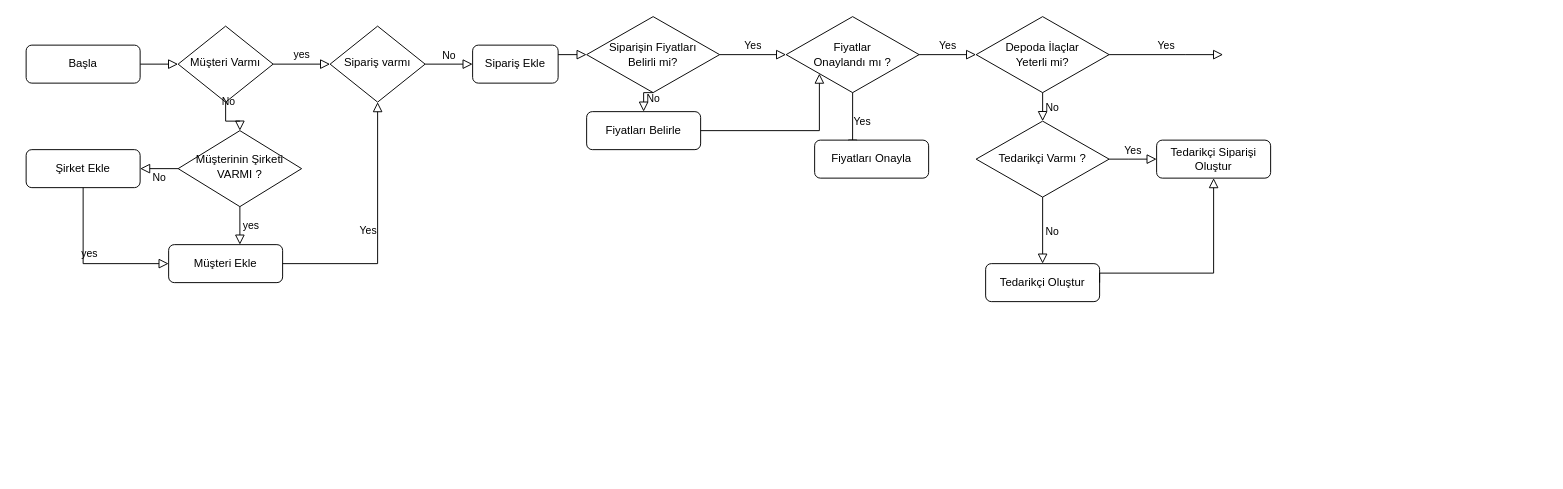
Before: akisdiyagrami.drawio in viacelal/akisdiagrami, a draw.io diagram. Source tidied: cells renumbered, new cells numbered last; positions are measured from the earlier drawing's top-left corner, leaving out a move shared by most shapes. Both pictures are drawn from the tidied source at 95%, with x=0, y=0 at pixel (26, 16).
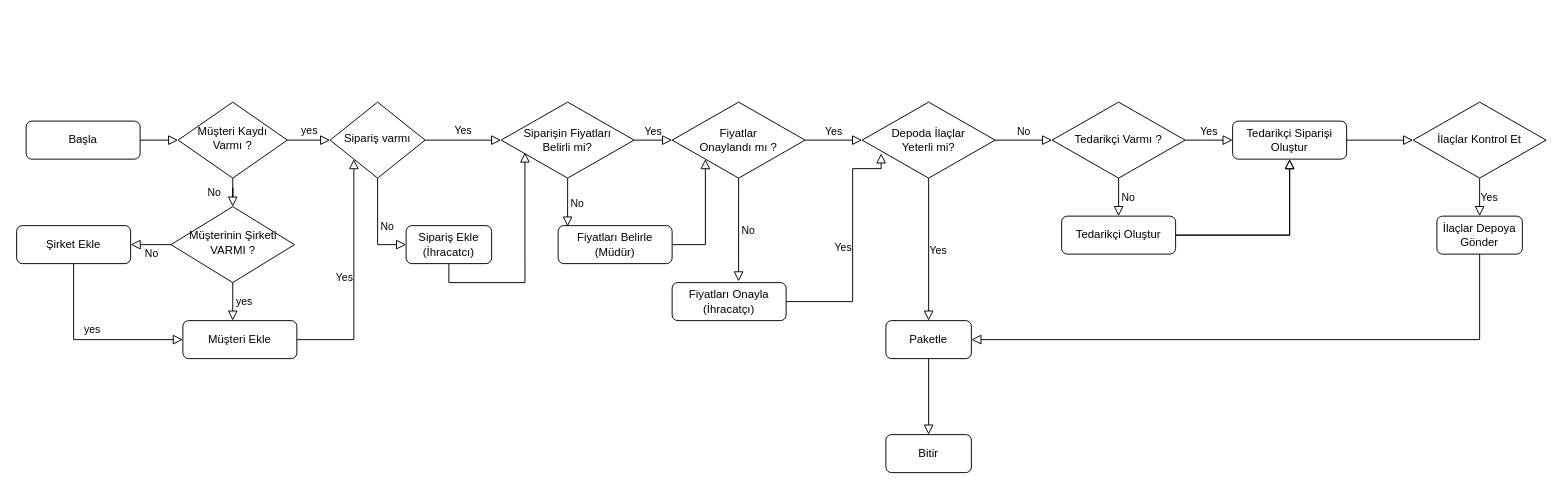
The same page after the edit.

What changed in the source:
```diff
@@
     <mxCell id="3" value="Başla" style="rounded=1;whiteSpace=wrap;html=1;fontSize=12;glass=0;strokeWidth=1;shadow=0;" parent="1" vertex="1">
-      <mxGeometry y="30" width="120" height="40" as="geometry" />
+      <mxGeometry y="110" width="120" height="40" as="geometry" />
     </mxCell>
@@
     <mxCell id="5" value="Müşterinin Şirketi VARMI ?" style="rhombus;whiteSpace=wrap;html=1;shadow=0;fontFamily=Helvetica;fontSize=12;align=center;strokeWidth=1;spacing=6;spacingTop=-4;" parent="1" vertex="1">
-      <mxGeometry x="160" y="120" width="130" height="80" as="geometry" />
+      <mxGeometry x="152.5" y="200" width="130" height="80" as="geometry" />
     </mxCell>
     <mxCell id="6" value="Müşteri Ekle" style="rounded=1;whiteSpace=wrap;html=1;fontSize=12;glass=0;strokeWidth=1;shadow=0;" parent="1" vertex="1">
-      <mxGeometry x="150" y="240" width="120" height="40" as="geometry" />
+      <mxGeometry x="165" y="320" width="120" height="40" as="geometry" />
     </mxCell>
     <mxCell id="7" value="Sipariş varmı" style="rhombus;whiteSpace=wrap;html=1;shadow=0;fontFamily=Helvetica;fontSize=12;align=center;strokeWidth=1;spacing=6;spacingTop=-4;" parent="1" vertex="1">
-      <mxGeometry x="320" y="10" width="100" height="80" as="geometry" />
+      <mxGeometry x="320" y="90" width="100" height="80" as="geometry" />
     </mxCell>
-    <mxCell id="8" value="Müşteri Varmı" style="rhombus;whiteSpace=wrap;html=1;shadow=0;fontFamily=Helvetica;fontSize=12;align=center;strokeWidth=1;spacing=6;spacingTop=-4;" parent="1" vertex="1">
-      <mxGeometry x="160" y="10" width="100" height="80" as="geometry" />
+    <mxCell id="8" value="Müşteri Kaydı&lt;br&gt; Varmı ?" style="rhombus;whiteSpace=wrap;html=1;shadow=0;fontFamily=Helvetica;fontSize=12;align=center;strokeWidth=1;spacing=6;spacingTop=-4;" parent="1" vertex="1">
+      <mxGeometry x="160" y="90" width="115" height="80" as="geometry" />
     </mxCell>
-    <mxCell id="9" value="No" style="edgeStyle=orthogonalEdgeStyle;rounded=0;html=1;jettySize=auto;fontSize=11;endArrow=block;endFill=0;endSize=8;strokeWidth=1;shadow=0;labelBackgroundColor=none;entryX=0;entryY=0.5;entryDx=0;entryDy=0;exitX=1;exitY=0.5;exitDx=0;exitDy=0;" parent="1" edge="1" source="7" target="10">
+    <mxCell id="9" value="No" style="edgeStyle=orthogonalEdgeStyle;rounded=0;html=1;jettySize=auto;fontSize=11;endArrow=block;endFill=0;endSize=8;strokeWidth=1;shadow=0;labelBackgroundColor=none;entryX=0;entryY=0.5;entryDx=0;entryDy=0;exitX=0.5;exitY=1;exitDx=0;exitDy=0;" parent="1" edge="1" source="7" target="10">
       <mxGeometry y="10" relative="1" as="geometry">
         <mxPoint y="1" as="offset" />
       </mxGeometry>
     </mxCell>
-    <mxCell id="10" value="Sipariş Ekle" style="rounded=1;whiteSpace=wrap;html=1;fontSize=12;glass=0;strokeWidth=1;shadow=0;" parent="1" vertex="1">
-      <mxGeometry x="470" y="30" width="90" height="40" as="geometry" />
+    <mxCell id="10" value="Sipariş Ekle&lt;br&gt;(İhracatcı)" style="rounded=1;whiteSpace=wrap;html=1;fontSize=12;glass=0;strokeWidth=1;shadow=0;" parent="1" vertex="1">
+      <mxGeometry x="400" y="220" width="90" height="40" as="geometry" />
     </mxCell>
@@
-    <mxCell id="12" value="Yes" style="edgeStyle=orthogonalEdgeStyle;rounded=0;html=1;jettySize=auto;fontSize=11;endArrow=block;endFill=0;endSize=8;strokeWidth=1;shadow=0;labelBackgroundColor=none;exitX=1;exitY=0.5;exitDx=0;exitDy=0;entryX=0.5;entryY=1;entryDx=0;entryDy=0;" parent="1" edge="1" source="6" target="7">
+    <mxCell id="12" value="Yes" style="edgeStyle=orthogonalEdgeStyle;rounded=0;html=1;jettySize=auto;fontSize=11;endArrow=block;endFill=0;endSize=8;strokeWidth=1;shadow=0;labelBackgroundColor=none;exitX=1;exitY=0.5;exitDx=0;exitDy=0;entryX=0;entryY=1;entryDx=0;entryDy=0;" parent="1" edge="1" source="6" target="7">
       <mxGeometry y="10" relative="1" as="geometry" />
     </mxCell>
@@
     <mxCell id="14" value="Şirket Ekle" style="rounded=1;whiteSpace=wrap;html=1;fontSize=12;glass=0;strokeWidth=1;shadow=0;" parent="1" vertex="1">
-      <mxGeometry y="140" width="120" height="40" as="geometry" />
+      <mxGeometry x="-10" y="220" width="120" height="40" as="geometry" />
     </mxCell>
     <mxCell id="15" value="&amp;nbsp;yes" style="edgeStyle=orthogonalEdgeStyle;rounded=0;html=1;jettySize=auto;fontSize=11;endArrow=block;endFill=0;endSize=8;strokeWidth=1;shadow=0;labelBackgroundColor=none;exitX=0.5;exitY=1;exitDx=0;exitDy=0;" parent="1" edge="1" source="5" target="6">
       <mxGeometry y="10" relative="1" as="geometry">
         <Array as="points">
-          <mxPoint x="225" y="240" />
-          <mxPoint x="225" y="240" />
+          <mxPoint x="225" y="320" />
+          <mxPoint x="225" y="320" />
         </Array>
       </mxGeometry>
     </mxCell>
@@
-    <mxCell id="17" style="edgeStyle=orthogonalEdgeStyle;rounded=0;html=1;jettySize=auto;fontSize=11;endArrow=block;endFill=0;endSize=8;strokeWidth=1;shadow=0;labelBackgroundColor=none;exitX=1;exitY=0.25;exitDx=0;exitDy=0;entryX=0;entryY=0.5;entryDx=0;entryDy=0;" parent="1" edge="1" source="10" target="18">
+    <mxCell id="17" style="edgeStyle=orthogonalEdgeStyle;rounded=0;html=1;jettySize=auto;fontSize=11;endArrow=block;endFill=0;endSize=8;strokeWidth=1;shadow=0;labelBackgroundColor=none;exitX=0.5;exitY=1;exitDx=0;exitDy=0;entryX=0.179;entryY=0.663;entryDx=0;entryDy=0;entryPerimeter=0;" parent="1" edge="1" source="10" target="18">
       <mxGeometry y="10" relative="1" as="geometry" />
     </mxCell>
     <mxCell id="18" value="Siparişin Fiyatları &lt;br&gt;Belirli mi?" style="rhombus;whiteSpace=wrap;html=1;" parent="1" vertex="1">
-      <mxGeometry x="590" width="140" height="80" as="geometry" />
+      <mxGeometry x="500" y="90" width="140" height="80" as="geometry" />
     </mxCell>
-    <mxCell id="19" value="No" style="edgeStyle=orthogonalEdgeStyle;rounded=0;html=1;jettySize=auto;fontSize=11;endArrow=block;endFill=0;endSize=8;strokeWidth=1;shadow=0;labelBackgroundColor=none;exitX=0.5;exitY=1;exitDx=0;exitDy=0;entryX=0.5;entryY=0;entryDx=0;entryDy=0;" parent="1" edge="1" source="18" target="20">
+    <mxCell id="19" value="No" style="edgeStyle=orthogonalEdgeStyle;rounded=0;html=1;jettySize=auto;fontSize=11;endArrow=block;endFill=0;endSize=8;strokeWidth=1;shadow=0;labelBackgroundColor=none;exitX=0.5;exitY=1;exitDx=0;exitDy=0;entryX=0.083;entryY=0.025;entryDx=0;entryDy=0;entryPerimeter=0;" parent="1" edge="1" source="18" target="20">
       <mxGeometry y="10" relative="1" as="geometry">
         <mxPoint y="1" as="offset" />
       </mxGeometry>
     </mxCell>
-    <mxCell id="20" value="Fiyatları Belirle" style="rounded=1;whiteSpace=wrap;html=1;fontSize=12;glass=0;strokeWidth=1;shadow=0;" parent="1" vertex="1">
-      <mxGeometry x="590" y="100" width="120" height="40" as="geometry" />
+    <mxCell id="20" value="Fiyatları Belirle&lt;br&gt;(Müdür)" style="rounded=1;whiteSpace=wrap;html=1;fontSize=12;glass=0;strokeWidth=1;shadow=0;" parent="1" vertex="1">
+      <mxGeometry x="560" y="220" width="120" height="40" as="geometry" />
     </mxCell>
@@
     <mxCell id="22" value="Fiyatlar &lt;br&gt;Onaylandı mı ?" style="rhombus;whiteSpace=wrap;html=1;" parent="1" vertex="1">
-      <mxGeometry x="800" width="140" height="80" as="geometry" />
+      <mxGeometry x="680" y="90" width="140" height="80" as="geometry" />
     </mxCell>
@@
-    <mxCell id="25" value="Yes" style="edgeStyle=orthogonalEdgeStyle;rounded=0;html=1;jettySize=auto;fontSize=11;endArrow=block;endFill=0;endSize=8;strokeWidth=1;shadow=0;labelBackgroundColor=none;exitX=0.5;exitY=1;exitDx=0;exitDy=0;entryX=0.333;entryY=0.25;entryDx=0;entryDy=0;entryPerimeter=0;" parent="1" edge="1" source="22" target="26">
+    <mxCell id="25" value="No" style="edgeStyle=orthogonalEdgeStyle;rounded=0;html=1;jettySize=auto;fontSize=11;endArrow=block;endFill=0;endSize=8;strokeWidth=1;shadow=0;labelBackgroundColor=none;exitX=0.5;exitY=1;exitDx=0;exitDy=0;entryX=0.583;entryY=-0.033;entryDx=0;entryDy=0;entryPerimeter=0;" parent="1" edge="1" source="22" target="26">
       <mxGeometry y="10" relative="1" as="geometry">
         <mxPoint y="1" as="offset" />
       </mxGeometry>
     </mxCell>
-    <mxCell id="26" value="Fiyatları Onayla" style="rounded=1;whiteSpace=wrap;html=1;fontSize=12;glass=0;strokeWidth=1;shadow=0;" parent="1" vertex="1">
-      <mxGeometry x="830" y="130" width="120" height="40" as="geometry" />
+    <mxCell id="26" value="Fiyatları Onayla&lt;br&gt;(İhracatçı)" style="rounded=1;whiteSpace=wrap;html=1;fontSize=12;glass=0;strokeWidth=1;shadow=0;" parent="1" vertex="1">
+      <mxGeometry x="680" y="280" width="120" height="40" as="geometry" />
     </mxCell>
     <mxCell id="27" value="Depoda İlaçlar&lt;br&gt; Yeterli mi?" style="rhombus;whiteSpace=wrap;html=1;" parent="1" vertex="1">
-      <mxGeometry x="1000" width="140" height="80" as="geometry" />
+      <mxGeometry x="880" y="90" width="140" height="80" as="geometry" />
     </mxCell>
-    <mxCell id="28" value="No" style="edgeStyle=orthogonalEdgeStyle;rounded=0;html=1;jettySize=auto;fontSize=11;endArrow=block;endFill=0;endSize=8;strokeWidth=1;shadow=0;labelBackgroundColor=none;exitX=0.5;exitY=1;exitDx=0;exitDy=0;entryX=0.5;entryY=0;entryDx=0;entryDy=0;" parent="1" edge="1" source="27" target="31">
+    <mxCell id="28" value="No" style="edgeStyle=orthogonalEdgeStyle;rounded=0;html=1;jettySize=auto;fontSize=11;endArrow=block;endFill=0;endSize=8;strokeWidth=1;shadow=0;labelBackgroundColor=none;exitX=1;exitY=0.5;exitDx=0;exitDy=0;" parent="1" edge="1" source="27" target="31">
       <mxGeometry y="10" relative="1" as="geometry">
         <mxPoint y="1" as="offset" />
       </mxGeometry>
     </mxCell>
     <mxCell id="29" value="Tedarikçi Siparişi Oluştur" style="rounded=1;whiteSpace=wrap;html=1;fontSize=12;glass=0;strokeWidth=1;shadow=0;" parent="1" vertex="1">
-      <mxGeometry x="1190" y="130" width="120" height="40" as="geometry" />
+      <mxGeometry x="1270" y="110" width="120" height="40" as="geometry" />
     </mxCell>
-    <mxCell id="30" value="Yes" style="edgeStyle=orthogonalEdgeStyle;rounded=0;html=1;jettySize=auto;fontSize=11;endArrow=block;endFill=0;endSize=8;strokeWidth=1;shadow=0;labelBackgroundColor=none;exitX=1;exitY=0.5;exitDx=0;exitDy=0;" parent="1" edge="1" source="27">
+    <mxCell id="30" value="Yes" style="edgeStyle=orthogonalEdgeStyle;rounded=0;html=1;jettySize=auto;fontSize=11;endArrow=block;endFill=0;endSize=8;strokeWidth=1;shadow=0;labelBackgroundColor=none;entryX=0.5;entryY=0;entryDx=0;entryDy=0;exitX=0.5;exitY=1;exitDx=0;exitDy=0;" parent="1" edge="1" source="27" target="42">
       <mxGeometry y="10" relative="1" as="geometry">
-        <mxPoint x="1260" y="40" as="targetPoint" />
-        <Array as="points">
-          <mxPoint x="1220" y="40" />
-          <mxPoint x="1220" y="40" />
-        </Array>
         <mxPoint y="1" as="offset" />
       </mxGeometry>
     </mxCell>
     <mxCell id="31" value="Tedarikçi Varmı ?" style="rhombus;whiteSpace=wrap;html=1;" parent="1" vertex="1">
-      <mxGeometry x="1000" y="110" width="140" height="80" as="geometry" />
+      <mxGeometry x="1080" y="90" width="140" height="80" as="geometry" />
     </mxCell>
@@
     <mxCell id="33" value="Tedarikçi Oluştur" style="rounded=1;whiteSpace=wrap;html=1;fontSize=12;glass=0;strokeWidth=1;shadow=0;" parent="1" vertex="1">
-      <mxGeometry x="1010" y="260" width="120" height="40" as="geometry" />
+      <mxGeometry x="1090" y="210" width="120" height="40" as="geometry" />
     </mxCell>
     <mxCell id="34" value="Yes" style="edgeStyle=orthogonalEdgeStyle;rounded=0;html=1;jettySize=auto;fontSize=11;endArrow=block;endFill=0;endSize=8;strokeWidth=1;shadow=0;labelBackgroundColor=none;exitX=1;exitY=0.5;exitDx=0;exitDy=0;entryX=0;entryY=0.5;entryDx=0;entryDy=0;" parent="1" edge="1" source="31" target="29">
       <mxGeometry y="10" relative="1" as="geometry">
         <Array as="points">
-          <mxPoint x="1160" y="150" />
-          <mxPoint x="1160" y="150" />
+          <mxPoint x="1240" y="130" />
+          <mxPoint x="1240" y="130" />
         </Array>
         <mxPoint y="1" as="offset" />
       </mxGeometry>
     </mxCell>
     <mxCell id="35" style="edgeStyle=orthogonalEdgeStyle;rounded=0;html=1;jettySize=auto;fontSize=11;endArrow=block;endFill=0;endSize=8;strokeWidth=1;shadow=0;labelBackgroundColor=none;exitX=1;exitY=0.5;exitDx=0;exitDy=0;entryX=0.5;entryY=1;entryDx=0;entryDy=0;" parent="1" edge="1" source="33" target="29">
       <mxGeometry y="10" relative="1" as="geometry">
         <Array as="points">
-          <mxPoint x="1130" y="270" />
-          <mxPoint x="1250" y="270" />
+          <mxPoint x="1330" y="230" />
         </Array>
         <mxPoint y="1" as="offset" />
       </mxGeometry>
     </mxCell>
+    <mxCell id="36" value="Yes" style="edgeStyle=orthogonalEdgeStyle;rounded=0;html=1;jettySize=auto;fontSize=11;endArrow=block;endFill=0;endSize=8;strokeWidth=1;shadow=0;labelBackgroundColor=none;exitX=1;exitY=0.5;exitDx=0;exitDy=0;entryX=0;entryY=0.5;entryDx=0;entryDy=0;" parent="1" edge="1" source="7" target="18">
+      <mxGeometry y="10" relative="1" as="geometry" />
+    </mxCell>
+    <mxCell id="37" value="Yes" style="edgeStyle=orthogonalEdgeStyle;rounded=0;html=1;jettySize=auto;fontSize=11;endArrow=block;endFill=0;endSize=8;strokeWidth=1;shadow=0;labelBackgroundColor=none;entryX=0.143;entryY=0.675;entryDx=0;entryDy=0;entryPerimeter=0;exitX=1;exitY=0.5;exitDx=0;exitDy=0;" parent="1" edge="1" source="26" target="27">
+      <mxGeometry y="10" relative="1" as="geometry">
+        <Array as="points">
+          <mxPoint x="870" y="300" />
+          <mxPoint x="870" y="160" />
+          <mxPoint x="900" y="160" />
+        </Array>
+        <mxPoint y="1" as="offset" />
+      </mxGeometry>
+    </mxCell>
+    <mxCell id="38" style="edgeStyle=orthogonalEdgeStyle;rounded=0;html=1;jettySize=auto;fontSize=11;endArrow=block;endFill=0;endSize=8;strokeWidth=1;shadow=0;labelBackgroundColor=none;exitX=1;exitY=0.5;exitDx=0;exitDy=0;entryX=0;entryY=0.5;entryDx=0;entryDy=0;" parent="1" edge="1" source="29" target="40">
+      <mxGeometry y="10" relative="1" as="geometry">
+        <mxPoint y="1" as="offset" />
+      </mxGeometry>
+    </mxCell>
+    <mxCell id="39" value="İlaçlar Depoya&lt;br&gt; Gönder" style="rounded=1;whiteSpace=wrap;html=1;fontSize=12;glass=0;strokeWidth=1;shadow=0;" parent="1" vertex="1">
+      <mxGeometry x="1485" y="210" width="90" height="40" as="geometry" />
+    </mxCell>
+    <mxCell id="40" value="İlaçlar Kontrol Et" style="rhombus;whiteSpace=wrap;html=1;" parent="1" vertex="1">
+      <mxGeometry x="1460" y="90" width="140" height="80" as="geometry" />
+    </mxCell>
+    <mxCell id="41" value="Yes" style="edgeStyle=orthogonalEdgeStyle;rounded=0;html=1;jettySize=auto;fontSize=11;endArrow=block;endFill=0;endSize=8;strokeWidth=1;shadow=0;labelBackgroundColor=none;exitX=0.5;exitY=1;exitDx=0;exitDy=0;entryX=0.5;entryY=0;entryDx=0;entryDy=0;" parent="1" edge="1" source="40" target="39">
+      <mxGeometry y="10" relative="1" as="geometry">
+        <mxPoint y="1" as="offset" />
+      </mxGeometry>
+    </mxCell>
+    <mxCell id="42" value="Paketle" style="rounded=1;whiteSpace=wrap;html=1;fontSize=12;glass=0;strokeWidth=1;shadow=0;" parent="1" vertex="1">
+      <mxGeometry x="905" y="320" width="90" height="40" as="geometry" />
+    </mxCell>
+    <mxCell id="43" style="edgeStyle=orthogonalEdgeStyle;rounded=0;html=1;jettySize=auto;orthogonalLoop=1;fontSize=11;endArrow=block;endFill=0;endSize=8;strokeWidth=1;shadow=0;labelBackgroundColor=none;exitX=1;exitY=0.5;exitDx=0;exitDy=0;entryX=0.5;entryY=1;entryDx=0;entryDy=0;" parent="1" edge="1">
+      <mxGeometry y="10" relative="1" as="geometry">
+        <mxPoint x="1210" y="230" as="sourcePoint" />
+        <mxPoint x="1330" y="150" as="targetPoint" />
+        <Array as="points">
+          <mxPoint x="1330" y="230" />
+        </Array>
+        <mxPoint y="1" as="offset" />
+      </mxGeometry>
+    </mxCell>
+    <mxCell id="44" style="edgeStyle=orthogonalEdgeStyle;rounded=0;html=1;jettySize=auto;fontSize=11;endArrow=block;endFill=0;endSize=8;strokeWidth=1;shadow=0;labelBackgroundColor=none;entryX=1;entryY=0.5;entryDx=0;entryDy=0;exitX=0.5;exitY=1;exitDx=0;exitDy=0;" parent="1" edge="1" source="39" target="42">
+      <mxGeometry y="10" relative="1" as="geometry">
+        <mxPoint y="1" as="offset" />
+      </mxGeometry>
+    </mxCell>
+    <mxCell id="45" value="Bitir" style="rounded=1;whiteSpace=wrap;html=1;fontSize=12;glass=0;strokeWidth=1;shadow=0;" parent="1" vertex="1">
+      <mxGeometry x="905" y="440" width="90" height="40" as="geometry" />
+    </mxCell>
+    <mxCell id="46" style="edgeStyle=orthogonalEdgeStyle;rounded=0;html=1;jettySize=auto;fontSize=11;endArrow=block;endFill=0;endSize=8;strokeWidth=1;shadow=0;labelBackgroundColor=none;exitX=0.5;exitY=1;exitDx=0;exitDy=0;" parent="1" edge="1" source="42" target="45">
+      <mxGeometry y="10" relative="1" as="geometry">
+        <mxPoint y="1" as="offset" />
+      </mxGeometry>
+    </mxCell>
```
